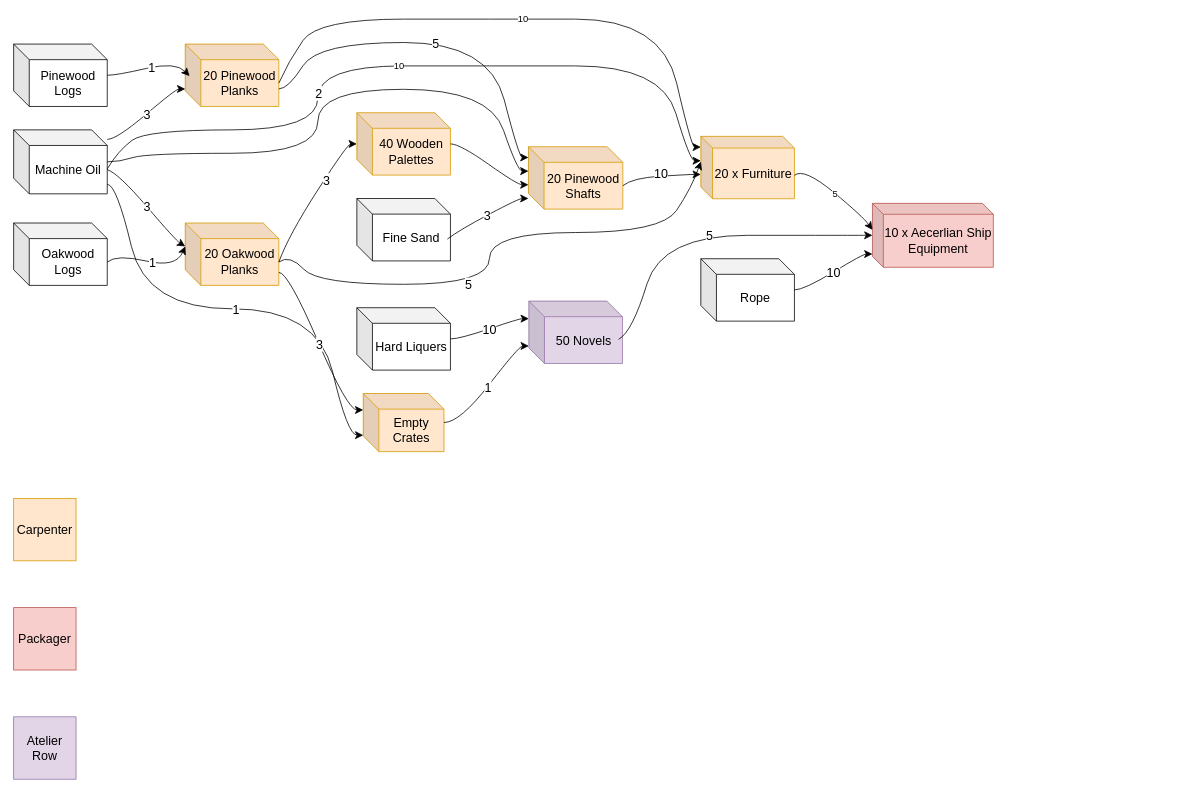
Earlier version of the draw.io diagram Growth/Untitled Diagram.drawio (GraemeBradbury/animated-potato). Source tidied: cells renumbered, new cells numbered last; positions are measured from the earlier drawing's top-left corner, leaving out a move shared by most shapes. Both pictures are drawn from the tidied source at 78%, with x=0, y=0 at pixel (13, 19).
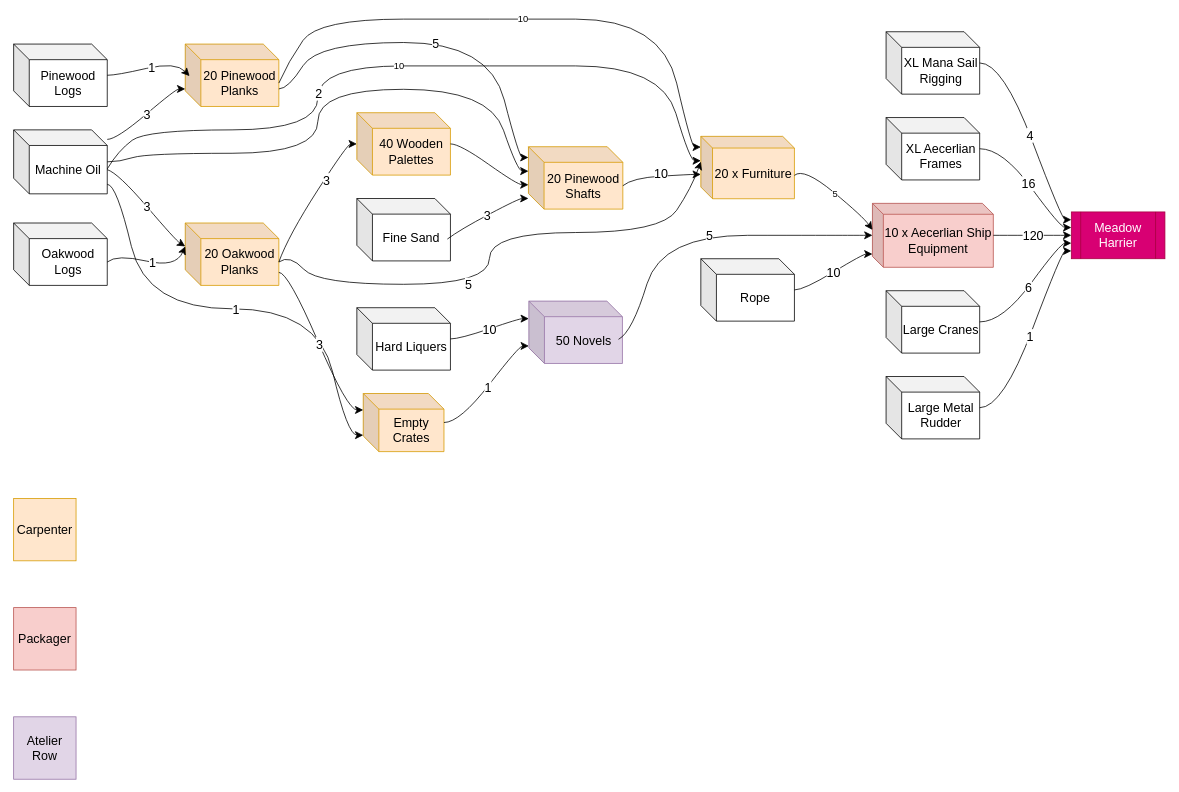
The same page after the edit.

Unchanged cells that the change refers to:
```xml
<mxCell id="3" value="10 x Aecerlian Ship Equipment" style="shape=cube;whiteSpace=wrap;html=1;boundedLbl=1;backgroundOutline=1;darkOpacity=0.05;darkOpacity2=0.1;fontSize=16;fillColor=#f8cecc;strokeColor=#b85450;size=14;" parent="1" vertex="1">
  <mxGeometry x="1101" y="236.2" width="155" height="82" as="geometry" />
</mxCell>
```

Diff of the diagram source:
```diff
@@
+    <mxCell id="55" value="Meadow Harrier" style="shape=process;whiteSpace=wrap;html=1;backgroundOutline=1;fontSize=16;fillColor=#d80073;strokeColor=#A50040;fontColor=#ffffff;" parent="1" vertex="1">
+      <mxGeometry x="1356" y="247.2" width="120" height="60" as="geometry" />
+    </mxCell>
+    <mxCell id="56" style="endArrow=classic;html=1;rounded=0;fontSize=12;startSize=8;endSize=8;curved=1;noEdgeStyle=1;orthogonal=1;" parent="1" edge="1" source="3" target="55">
+      <mxGeometry relative="1" as="geometry">
+        <Array as="points">
+          <mxPoint x="1268" y="277.2" />
+          <mxPoint x="1340" y="277.2" />
+        </Array>
+      </mxGeometry>
+    </mxCell>
+    <mxCell id="57" value="120" style="edgeLabel;html=1;align=center;verticalAlign=middle;fontSize=16;" parent="56" vertex="1">
+      <mxGeometry relative="1" as="geometry" />
+    </mxCell>
+    <mxCell id="58" value="Large Cranes" style="shape=cube;whiteSpace=wrap;html=1;boundedLbl=1;backgroundOutline=1;darkOpacity=0.05;darkOpacity2=0.1;fontSize=16;" parent="1" vertex="1">
+      <mxGeometry x="1118.5" y="348.2" width="120" height="80" as="geometry" />
+    </mxCell>
+    <mxCell id="59" style="endArrow=classic;html=1;rounded=0;fontSize=12;startSize=8;endSize=8;curved=1;noEdgeStyle=1;orthogonal=1;" parent="1" edge="1" source="58" target="55">
+      <mxGeometry relative="1" as="geometry">
+        <Array as="points">
+          <mxPoint x="1268" y="388.2" />
+          <mxPoint x="1342" y="287.2" />
+        </Array>
+      </mxGeometry>
+    </mxCell>
+    <mxCell id="60" value="6" style="edgeLabel;html=1;align=center;verticalAlign=middle;fontSize=16;" parent="59" vertex="1">
+      <mxGeometry relative="1" as="geometry" />
+    </mxCell>
+    <mxCell id="61" value="Large Metal Rudder" style="shape=cube;whiteSpace=wrap;html=1;boundedLbl=1;backgroundOutline=1;darkOpacity=0.05;darkOpacity2=0.1;fontSize=16;" parent="1" vertex="1">
+      <mxGeometry x="1118.5" y="458.2" width="120" height="80" as="geometry" />
+    </mxCell>
+    <mxCell id="62" style="endArrow=classic;html=1;rounded=0;fontSize=12;startSize=8;endSize=8;curved=1;noEdgeStyle=1;orthogonal=1;" parent="1" edge="1" source="61" target="55">
+      <mxGeometry relative="1" as="geometry">
+        <Array as="points">
+          <mxPoint x="1268" y="498.2" />
+          <mxPoint x="1344" y="297.2" />
+        </Array>
+      </mxGeometry>
+    </mxCell>
+    <mxCell id="63" value="1" style="edgeLabel;html=1;align=center;verticalAlign=middle;fontSize=16;" parent="62" vertex="1">
+      <mxGeometry relative="1" as="geometry" />
+    </mxCell>
+    <mxCell id="64" value="XL Mana Sail Rigging" style="shape=cube;whiteSpace=wrap;html=1;boundedLbl=1;backgroundOutline=1;darkOpacity=0.05;darkOpacity2=0.1;fontSize=16;" parent="1" vertex="1">
+      <mxGeometry x="1118.5" y="16.2" width="120" height="80" as="geometry" />
+    </mxCell>
+    <mxCell id="65" style="endArrow=classic;html=1;rounded=0;fontSize=12;startSize=8;endSize=8;curved=1;noEdgeStyle=1;orthogonal=1;" parent="1" edge="1" source="64" target="55">
+      <mxGeometry relative="1" as="geometry">
+        <Array as="points">
+          <mxPoint x="1268" y="56.2" />
+          <mxPoint x="1344" y="257.2" />
+        </Array>
+      </mxGeometry>
+    </mxCell>
+    <mxCell id="66" value="4" style="edgeLabel;html=1;align=center;verticalAlign=middle;fontSize=16;" parent="65" vertex="1">
+      <mxGeometry relative="1" as="geometry" />
+    </mxCell>
+    <mxCell id="67" value="XL Aecerlian Frames" style="shape=cube;whiteSpace=wrap;html=1;boundedLbl=1;backgroundOutline=1;darkOpacity=0.05;darkOpacity2=0.1;fontSize=16;" parent="1" vertex="1">
+      <mxGeometry x="1118.5" y="126.2" width="120" height="80" as="geometry" />
+    </mxCell>
+    <mxCell id="68" style="endArrow=classic;html=1;rounded=0;fontSize=12;startSize=8;endSize=8;curved=1;noEdgeStyle=1;orthogonal=1;" parent="1" edge="1" source="67" target="55">
+      <mxGeometry relative="1" as="geometry">
+        <Array as="points">
+          <mxPoint x="1268" y="166.2" />
+          <mxPoint x="1342" y="267.2" />
+        </Array>
+      </mxGeometry>
+    </mxCell>
+    <mxCell id="69" value="16" style="edgeLabel;html=1;align=center;verticalAlign=middle;fontSize=16;" parent="68" vertex="1">
+      <mxGeometry relative="1" as="geometry" />
+    </mxCell>
```
